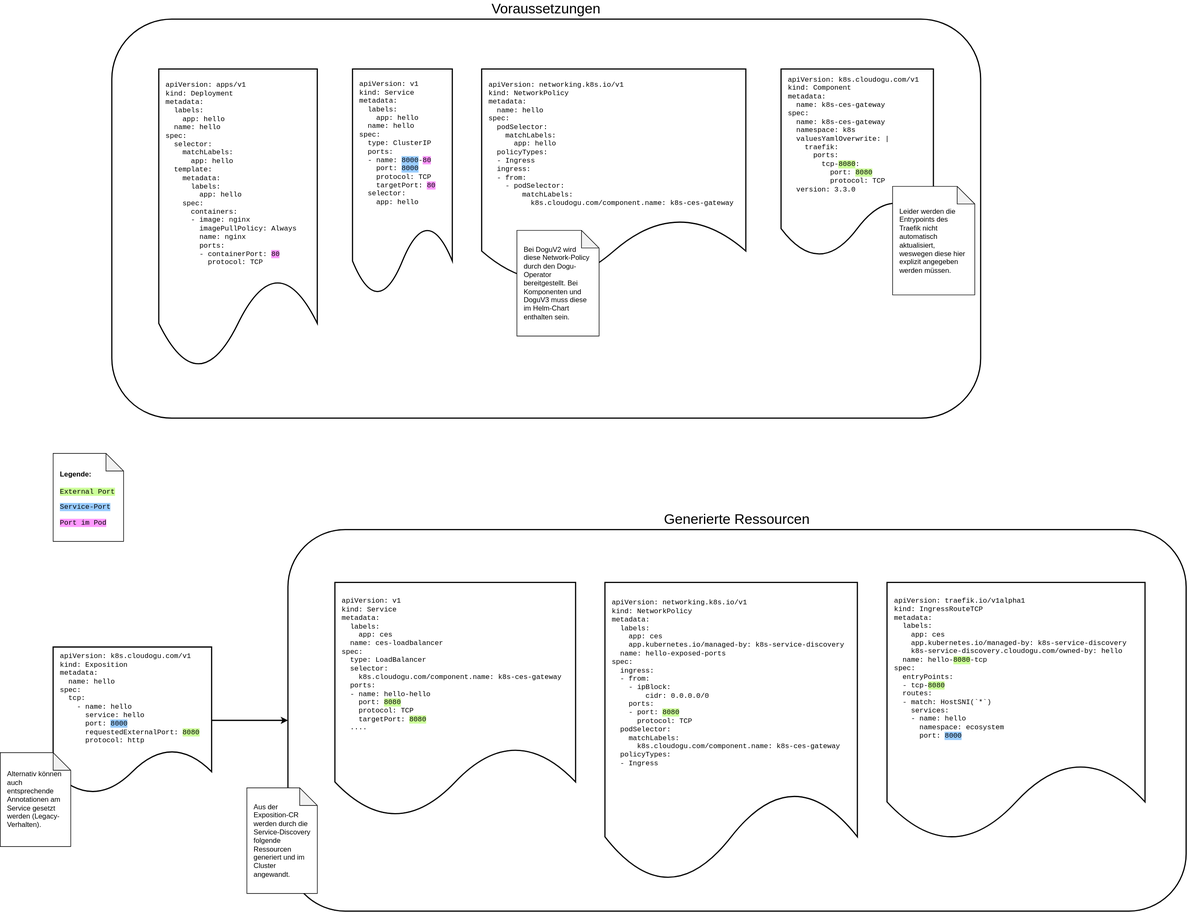
The draw.io diagram docs/operations/figures/exposition_port-mappings_de.drawio.svg in cloudogu/k8s-service-discovery, before a commit. Source tidied: cells renumbered, new cells last; positions are measured from the earlier drawing's top-left corner, leaving out a move shared by most shapes.
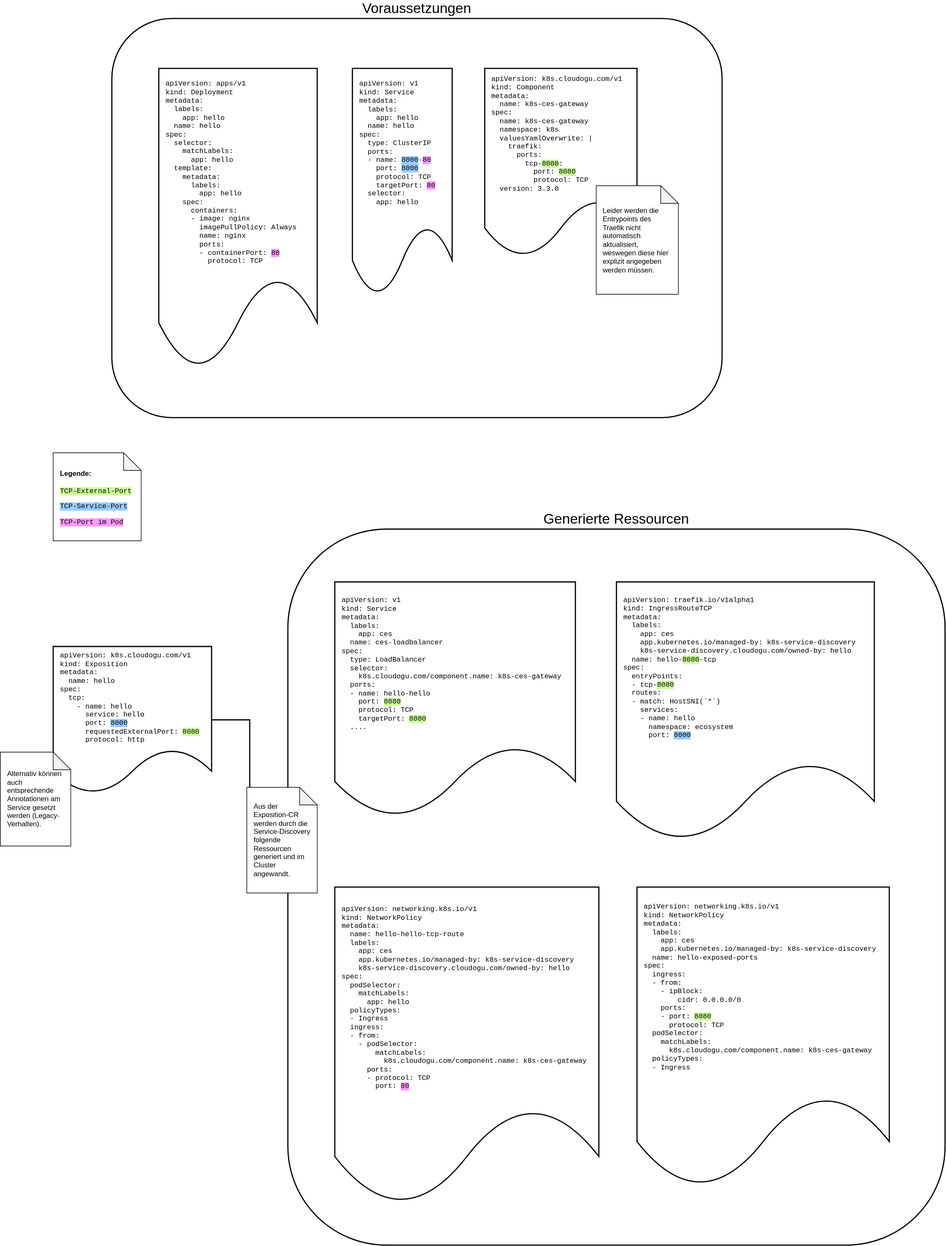
Later version of the same file.

Diff of the diagram source:
```diff
@@ -3,7 +3,7 @@
     <mxCell id="0" />
     <mxCell id="1" parent="0" />
     <mxCell id="2" value="&lt;font style=&quot;font-size: 24px;&quot;&gt;Generierte Ressourcen&lt;/font&gt;" style="rounded=1;whiteSpace=wrap;html=1;strokeWidth=2;labelPosition=center;verticalLabelPosition=top;align=center;verticalAlign=bottom;" parent="1" vertex="1">
-      <mxGeometry x="490" y="870" width="1530" height="650" as="geometry" />
+      <mxGeometry x="490" y="870" width="1120" height="1220" as="geometry" />
     </mxCell>
     <mxCell id="3" style="edgeStyle=orthogonalEdgeStyle;rounded=0;jettySize=auto;html=1;exitX=1;exitY=0.5;exitDx=0;exitDy=0;entryX=0;entryY=0.5;entryDx=0;entryDy=0;strokeWidth=2;" parent="1" edge="1" source="4" target="2">
       <mxGeometry relative="1" as="geometry" />
@@ -12,16 +12,16 @@
       <mxGeometry x="90" y="1070" width="270" height="250" as="geometry" />
     </mxCell>
     <mxCell id="5" value="&lt;div align=&quot;left&quot;&gt;&lt;pre&gt;&lt;font face=&quot;Courier New&quot;&gt;apiVersion: networking.k8s.io/v1&lt;br&gt;kind: NetworkPolicy&lt;br&gt;metadata:&lt;br&gt;&amp;nbsp; labels:&lt;br&gt;&amp;nbsp; &amp;nbsp; app: ces&lt;br&gt;&amp;nbsp; &amp;nbsp; app.kubernetes.io/managed-by: k8s-service-discovery&lt;br&gt;&amp;nbsp; name: hello-exposed-ports&lt;br&gt;spec:&lt;br&gt;&amp;nbsp; ingress:&lt;br&gt;&amp;nbsp; - from:&lt;br&gt;&amp;nbsp; &amp;nbsp; - ipBlock:&lt;br&gt;&amp;nbsp; &amp;nbsp; &amp;nbsp; &amp;nbsp; cidr: 0.0.0.0/0&lt;br&gt;&amp;nbsp; &amp;nbsp; ports:&lt;br&gt;&amp;nbsp; &amp;nbsp; - port: &lt;span style=&quot;background-color: rgb(204, 255, 153);&quot;&gt;8080&lt;/span&gt;&lt;br&gt;&amp;nbsp; &amp;nbsp; &amp;nbsp; protocol: TCP&lt;br&gt;&amp;nbsp; podSelector:&lt;br&gt;&amp;nbsp; &amp;nbsp; matchLabels:&lt;br&gt;&amp;nbsp; &amp;nbsp; &amp;nbsp; k8s.cloudogu.com/component.name: k8s-ces-gateway&lt;br&gt;&amp;nbsp; policyTypes:&lt;br&gt;&amp;nbsp; - Ingress&lt;/font&gt;&lt;/pre&gt;&lt;br&gt;&lt;/div&gt;" style="shape=document;whiteSpace=wrap;html=1;boundedLbl=1;align=left;strokeWidth=2;perimeterSpacing=0;spacing=12;" parent="1" vertex="1">
-      <mxGeometry x="1030" y="960" width="430" height="510" as="geometry" />
+      <mxGeometry x="1085" y="1480" width="430" height="510" as="geometry" />
     </mxCell>
     <mxCell id="6" value="&lt;div align=&quot;left&quot;&gt;&lt;pre&gt;&lt;font face=&quot;Courier New&quot;&gt;apiVersion: traefik.io/v1alpha1&lt;br&gt;kind: IngressRouteTCP&lt;br&gt;metadata:&lt;br&gt;  labels:&lt;br&gt;    app: ces&lt;br&gt;    app.kubernetes.io/managed-by: k8s-service-discovery&lt;br&gt;    k8s-service-discovery.cloudogu.com/owned-by: hello&lt;br&gt;  name: hello-&lt;span style=&quot;background-color: rgb(204, 255, 153);&quot;&gt;8080&lt;/span&gt;-tcp&lt;br&gt;spec:&lt;br&gt;  entryPoints:&lt;br&gt;  - tcp-&lt;span style=&quot;background-color: rgb(204, 255, 153);&quot;&gt;8080&lt;/span&gt;&lt;br&gt;  routes:&lt;br&gt;  - match: HostSNI(`*`)&lt;br&gt;    services:&lt;br&gt;    - name: hello&lt;br&gt;      namespace: ecosystem&lt;br&gt;      port: &lt;span style=&quot;background-color: rgb(153, 204, 255);&quot;&gt;8000&lt;/span&gt;&lt;/font&gt;&lt;/pre&gt;&lt;br&gt;&lt;/div&gt;" style="shape=document;whiteSpace=wrap;html=1;boundedLbl=1;align=left;strokeWidth=2;perimeterSpacing=0;spacing=12;" parent="1" vertex="1">
-      <mxGeometry x="1510.5" y="960" width="439.5" height="440" as="geometry" />
+      <mxGeometry x="1050" y="960" width="439.5" height="440" as="geometry" />
     </mxCell>
     <mxCell id="7" value="&lt;pre&gt;&lt;font face=&quot;Courier New&quot;&gt;apiVersion: v1&lt;br&gt;kind: Service&lt;br&gt;metadata:&lt;br&gt;&amp;nbsp; labels:&lt;br&gt;&amp;nbsp; &amp;nbsp; app: ces&lt;br&gt;&amp;nbsp; name: ces-loadbalancer&lt;br&gt;spec:&lt;/font&gt;&lt;font face=&quot;Courier New&quot;&gt;&lt;br&gt;&amp;nbsp; type: LoadBalancer&lt;/font&gt;&lt;font face=&quot;Courier New&quot;&gt;&lt;br&gt;&amp;nbsp; selector:&lt;br&gt;&amp;nbsp; &amp;nbsp; k8s.cloudogu.com/component.name: k8s-ces-gateway&lt;br&gt;&lt;/font&gt;&lt;font face=&quot;Courier New&quot;&gt;&amp;nbsp; ports:&lt;br&gt;&amp;nbsp; - name: hello-hello&lt;br&gt;&amp;nbsp; &amp;nbsp; port: &lt;span style=&quot;background-color: rgb(204, 255, 153);&quot;&gt;8080&lt;/span&gt;&lt;br&gt;&amp;nbsp; &amp;nbsp; protocol: TCP&lt;br&gt;&amp;nbsp; &amp;nbsp; targetPort: &lt;span style=&quot;background-color: rgb(204, 255, 153);&quot;&gt;8080&lt;/span&gt;&lt;br&gt;&amp;nbsp; ....&lt;/font&gt;&lt;/pre&gt;" style="shape=document;whiteSpace=wrap;html=1;boundedLbl=1;align=left;strokeWidth=2;perimeterSpacing=0;spacing=12;" parent="1" vertex="1">
       <mxGeometry x="570" y="960" width="410" height="400" as="geometry" />
     </mxCell>
     <mxCell id="8" value="&lt;font style=&quot;font-size: 24px;&quot;&gt;Voraussetzungen&lt;/font&gt;" style="rounded=1;whiteSpace=wrap;html=1;strokeWidth=2;labelPosition=center;verticalLabelPosition=top;align=center;verticalAlign=bottom;" parent="1" vertex="1">
-      <mxGeometry x="190" width="1480" height="680" as="geometry" />
+      <mxGeometry x="190" width="1040" height="680" as="geometry" />
     </mxCell>
     <mxCell id="9" value="&lt;pre&gt;&lt;font face=&quot;Courier New&quot;&gt;apiVersion: apps/v1&lt;br&gt;kind: Deployment&lt;br&gt;metadata:&lt;br&gt;&amp;nbsp; labels:&lt;br&gt;&amp;nbsp; &amp;nbsp; app: hello&lt;br&gt;&amp;nbsp; name: hello&lt;br&gt;spec:&lt;br&gt;&amp;nbsp; selector:&lt;br&gt;&amp;nbsp; &amp;nbsp; matchLabels:&lt;br&gt;&amp;nbsp; &amp;nbsp; &amp;nbsp; app: hello&lt;br&gt;&amp;nbsp; template:&lt;br&gt;&amp;nbsp; &amp;nbsp; metadata:&lt;br&gt;&amp;nbsp; &amp;nbsp; &amp;nbsp; labels:&lt;br&gt;&amp;nbsp; &amp;nbsp; &amp;nbsp; &amp;nbsp; app: hello&lt;br&gt;&amp;nbsp; &amp;nbsp; spec:&lt;br&gt;&amp;nbsp; &amp;nbsp; &amp;nbsp; containers:&lt;br&gt;&amp;nbsp; &amp;nbsp; &amp;nbsp; - image: nginx&lt;br&gt;&amp;nbsp; &amp;nbsp; &amp;nbsp; &amp;nbsp; imagePullPolicy: Always&lt;br&gt;&amp;nbsp; &amp;nbsp; &amp;nbsp; &amp;nbsp; name: nginx&lt;br&gt;&amp;nbsp; &amp;nbsp; &amp;nbsp; &amp;nbsp; ports:&lt;br&gt;&amp;nbsp; &amp;nbsp; &amp;nbsp; &amp;nbsp; - containerPort: &lt;span style=&quot;background-color: rgb(255, 153, 255);&quot;&gt;80&lt;/span&gt;&lt;br&gt;&amp;nbsp; &amp;nbsp; &amp;nbsp; &amp;nbsp; &amp;nbsp; protocol: TCP&lt;/font&gt;&lt;/pre&gt;" style="shape=document;whiteSpace=wrap;html=1;boundedLbl=1;align=left;strokeWidth=2;perimeterSpacing=0;spacing=12;" parent="1" vertex="1">
       <mxGeometry x="270" y="85" width="270" height="510" as="geometry" />
@@ -29,26 +29,23 @@
     <mxCell id="10" value="&lt;pre&gt;&lt;font face=&quot;Courier New&quot;&gt;apiVersion: v1&lt;br&gt;kind: Service&lt;br&gt;metadata:&lt;br&gt;&amp;nbsp; labels:&lt;br&gt;&amp;nbsp; &amp;nbsp; app: hello&lt;br&gt;&amp;nbsp; name: hello&lt;br&gt;spec:&lt;/font&gt;&lt;font face=&quot;Courier New&quot;&gt;&lt;br&gt;&amp;nbsp; type: ClusterIP&lt;br&gt;&lt;/font&gt;&lt;font face=&quot;Courier New&quot;&gt;&amp;nbsp; ports:&lt;br&gt;&amp;nbsp; - name: &lt;span style=&quot;background-color: rgb(153, 204, 255);&quot;&gt;8000&lt;/span&gt;-&lt;span style=&quot;background-color: rgb(255, 153, 255);&quot;&gt;80&lt;/span&gt;&lt;br&gt;&amp;nbsp; &amp;nbsp; port: &lt;span style=&quot;background-color: rgb(153, 204, 255);&quot;&gt;8000&lt;/span&gt;&lt;br&gt;&amp;nbsp; &amp;nbsp; protocol: TCP&lt;br&gt;&amp;nbsp; &amp;nbsp; targetPort: &lt;span style=&quot;background-color: rgb(255, 153, 255);&quot;&gt;80&lt;/span&gt;&lt;br&gt;&amp;nbsp; selector:&lt;br&gt;&amp;nbsp; &amp;nbsp; app: hello&lt;br&gt;&lt;br&gt;&lt;/font&gt;&lt;/pre&gt;" style="shape=document;whiteSpace=wrap;html=1;boundedLbl=1;align=left;strokeWidth=2;perimeterSpacing=0;spacing=12;" parent="1" vertex="1">
       <mxGeometry x="600" y="85" width="170" height="385" as="geometry" />
     </mxCell>
-    <mxCell id="11" value="&lt;pre&gt;&lt;font face=&quot;Courier New&quot;&gt;apiVersion: networking.k8s.io/v1&lt;br&gt;kind: NetworkPolicy&lt;br&gt;metadata:&lt;br&gt;&amp;nbsp; name: hello&lt;br&gt;spec:&lt;/font&gt;&lt;font face=&quot;Courier New&quot;&gt;&lt;br&gt;&amp;nbsp; podSelector:&lt;br&gt;&amp;nbsp; &amp;nbsp; matchLabels:&lt;br&gt;&amp;nbsp; &amp;nbsp; &amp;nbsp; app: hello&lt;br&gt;&amp;nbsp; policyTypes:&lt;br&gt;&amp;nbsp; - Ingress&lt;/font&gt;&lt;font face=&quot;Courier New&quot;&gt;&lt;br&gt;&amp;nbsp; ingress:&lt;br&gt;&amp;nbsp; - from:&lt;br&gt;&amp;nbsp; &amp;nbsp; - podSelector:&lt;br&gt;&amp;nbsp; &amp;nbsp; &amp;nbsp; &amp;nbsp; matchLabels:&lt;br&gt;&amp;nbsp; &amp;nbsp; &amp;nbsp; &amp;nbsp; &amp;nbsp; k8s.cloudogu.com/component.name: k8s-ces-gateway&lt;/font&gt;&lt;/pre&gt;" style="shape=document;whiteSpace=wrap;html=1;boundedLbl=1;align=left;strokeWidth=2;perimeterSpacing=0;spacing=12;" parent="1" vertex="1">
-      <mxGeometry x="820" y="85" width="450" height="365" as="geometry" />
+    <mxCell id="11" value="&lt;pre&gt;&lt;font face=&quot;Courier New&quot;&gt;apiVersion: networking.k8s.io/v1&lt;br&gt;kind: NetworkPolicy&lt;br&gt;metadata:&lt;br&gt;&amp;nbsp; name: hello-hello-tcp-route&lt;br&gt;  labels:&lt;br&gt;    app: ces&lt;br&gt;    app.kubernetes.io/managed-by: k8s-service-discovery&lt;br&gt;    k8s-service-discovery.cloudogu.com/owned-by: hello&lt;br&gt;spec:&lt;/font&gt;&lt;font face=&quot;Courier New&quot;&gt;&lt;br&gt;&amp;nbsp; podSelector:&lt;br&gt;&amp;nbsp; &amp;nbsp; matchLabels:&lt;br&gt;&amp;nbsp; &amp;nbsp; &amp;nbsp; app: hello&lt;br&gt;&amp;nbsp; policyTypes:&lt;br&gt;&amp;nbsp; - Ingress&lt;/font&gt;&lt;font face=&quot;Courier New&quot;&gt;&lt;br&gt;&amp;nbsp; ingress:&lt;br&gt;&amp;nbsp; - from:&lt;br&gt;&amp;nbsp; &amp;nbsp; - podSelector:&lt;br&gt;&amp;nbsp; &amp;nbsp; &amp;nbsp; &amp;nbsp; matchLabels:&lt;br&gt;&amp;nbsp; &amp;nbsp; &amp;nbsp; &amp;nbsp; &amp;nbsp; k8s.cloudogu.com/component.name: k8s-ces-gateway&lt;br&gt;      ports:&lt;br&gt;      - protocol: TCP&lt;br&gt;        port: &lt;/font&gt;&lt;font face=&quot;Courier New&quot;&gt;&lt;span style=&quot;background-color: rgb(255, 153, 255);&quot;&gt;80&lt;/span&gt;&lt;/font&gt;&lt;font face=&quot;Courier New&quot;&gt; &lt;/font&gt;&lt;/pre&gt;" style="shape=document;whiteSpace=wrap;html=1;boundedLbl=1;align=left;strokeWidth=2;perimeterSpacing=0;spacing=12;" parent="1" vertex="1">
+      <mxGeometry x="570" y="1480" width="450" height="540" as="geometry" />
     </mxCell>
     <mxCell id="12" value="&lt;pre role=&quot;code&quot;&gt;apiVersion: k8s.cloudogu.com/v1&lt;br&gt;kind: Component&lt;br&gt;metadata:&lt;br&gt;&amp;nbsp; name: k8s-ces-gateway&lt;br&gt;spec:&lt;br&gt;&amp;nbsp; name: k8s-ces-gateway&lt;br&gt;&amp;nbsp; namespace: k8s&lt;br&gt;&amp;nbsp; valuesYamlOverwrite: |&lt;br&gt;&amp;nbsp; &amp;nbsp; traefik:&lt;br&gt;&amp;nbsp; &amp;nbsp; &amp;nbsp; ports:&lt;br&gt;&amp;nbsp; &amp;nbsp; &amp;nbsp; &amp;nbsp; tcp-&lt;span style=&quot;background-color: rgb(204, 255, 153);&quot;&gt;8080&lt;/span&gt;:&lt;br&gt;&amp;nbsp; &amp;nbsp; &amp;nbsp; &amp;nbsp; &amp;nbsp; port: &lt;span style=&quot;background-color: rgb(204, 255, 153);&quot;&gt;8080&lt;/span&gt;&lt;br&gt;&amp;nbsp; &amp;nbsp; &amp;nbsp; &amp;nbsp; &amp;nbsp; protocol: TCP&lt;br&gt;&amp;nbsp; version: 3.3.0&lt;/pre&gt;" style="shape=document;whiteSpace=wrap;html=1;boundedLbl=1;align=left;strokeWidth=2;perimeterSpacing=0;spacing=12;" parent="1" vertex="1">
-      <mxGeometry x="1330" y="85" width="259.5" height="320" as="geometry" />
+      <mxGeometry x="825.5" y="85" width="259.5" height="320" as="geometry" />
     </mxCell>
     <mxCell id="13" value="Leider werden die Entrypoints des Traefik nicht automatisch aktualisiert, weswegen diese hier explizit angegeben werden müssen." style="shape=note;whiteSpace=wrap;html=1;backgroundOutline=1;darkOpacity=0.05;align=left;spacingLeft=0;spacing=12;" parent="1" vertex="1">
-      <mxGeometry x="1520" y="285" width="140" height="185" as="geometry" />
+      <mxGeometry x="1015.5" y="285" width="140" height="185" as="geometry" />
     </mxCell>
-    <mxCell id="14" value="Bei DoguV2 wird diese Network-Policy durch den Dogu-Operator bereitgestellt. Bei Komponenten und DoguV3 muss diese im Helm-Chart enthalten sein." style="shape=note;whiteSpace=wrap;html=1;backgroundOutline=1;darkOpacity=0.05;align=left;spacingLeft=0;spacing=12;" parent="1" vertex="1">
-      <mxGeometry x="880" y="360" width="140" height="180" as="geometry" />
-    </mxCell>
     <mxCell id="15" value="Aus der Exposition-CR werden durch die Service-Discovery folgende Ressourcen generiert und im Cluster angewandt." style="shape=note;whiteSpace=wrap;html=1;backgroundOutline=1;darkOpacity=0.05;align=left;spacingLeft=0;spacing=12;" parent="1" vertex="1">
       <mxGeometry x="420" y="1310" width="120" height="180" as="geometry" />
     </mxCell>
     <mxCell id="16" value="Alternativ können auch entsprechende Annotationen am Service gesetzt werden (Legacy-Verhalten)." style="shape=note;whiteSpace=wrap;html=1;backgroundOutline=1;darkOpacity=0.05;align=left;spacingLeft=0;spacing=12;" parent="1" vertex="1">
       <mxGeometry y="1250" width="120" height="160" as="geometry" />
     </mxCell>
-    <mxCell id="17" value="&lt;h4&gt;Legende:&lt;/h4&gt;&lt;pre&gt;&lt;span style=&quot;background-color: rgb(204, 255, 153);&quot;&gt;External Port&lt;/span&gt;&lt;/pre&gt;&lt;pre&gt;&lt;span style=&quot;background-color: rgb(153, 204, 255);&quot;&gt;Service-Port&lt;/span&gt;&lt;/pre&gt;&lt;pre&gt;&lt;span style=&quot;background-color: rgb(255, 153, 255);&quot;&gt;Port im Pod&lt;/span&gt;&lt;/pre&gt;" style="shape=note;whiteSpace=wrap;html=1;backgroundOutline=1;darkOpacity=0.05;align=left;spacingLeft=0;spacing=12;" parent="1" vertex="1">
-      <mxGeometry x="90" y="740" width="120" height="150" as="geometry" />
+    <mxCell id="17" value="&lt;h4&gt;Legende:&lt;/h4&gt;&lt;pre&gt;&lt;span style=&quot;background-color: rgb(204, 255, 153);&quot;&gt;TCP-External-Port&lt;/span&gt;&lt;/pre&gt;&lt;pre&gt;&lt;span style=&quot;background-color: rgb(153, 204, 255);&quot;&gt;TCP-Service-Port&lt;/span&gt;&lt;/pre&gt;&lt;pre&gt;&lt;span style=&quot;background-color: rgb(255, 153, 255);&quot;&gt;TCP-Port im Pod&lt;/span&gt;&lt;/pre&gt;" style="shape=note;whiteSpace=wrap;html=1;backgroundOutline=1;darkOpacity=0.05;align=left;spacingLeft=0;spacing=12;" parent="1" vertex="1">
+      <mxGeometry x="90" y="740" width="150" height="150" as="geometry" />
     </mxCell>
   </root>
 </mxGraphModel>
```
